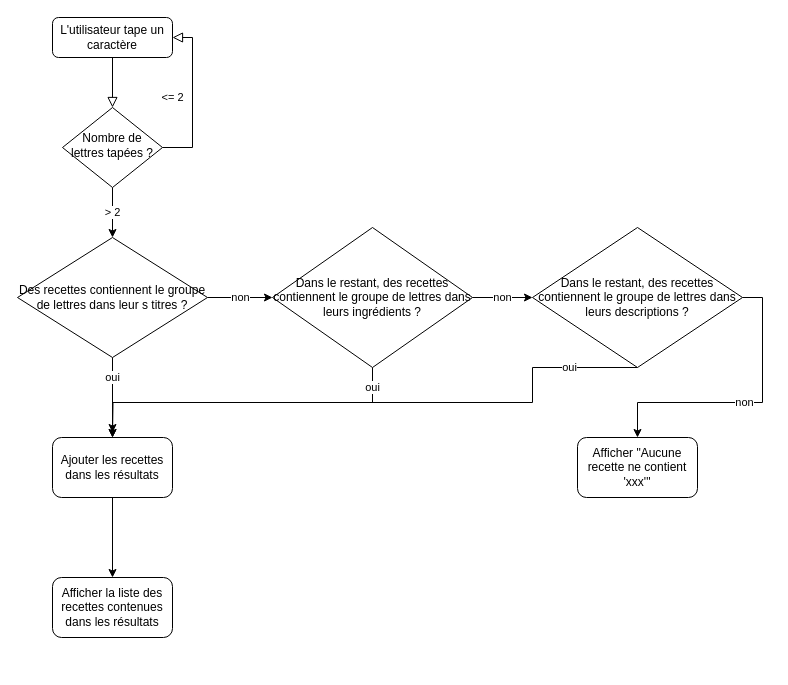
This is algorithme_recherche_array.drawio from TheGrandLynx/les_petits_plats, a draw.io file, before an edit. Source tidied: cells renumbered, new cells numbered last; positions are measured from the earlier drawing's top-left corner, leaving out a move shared by most shapes. Both pictures are drawn from the tidied source at 100%, with x=0, y=0 at pixel (17, 17).
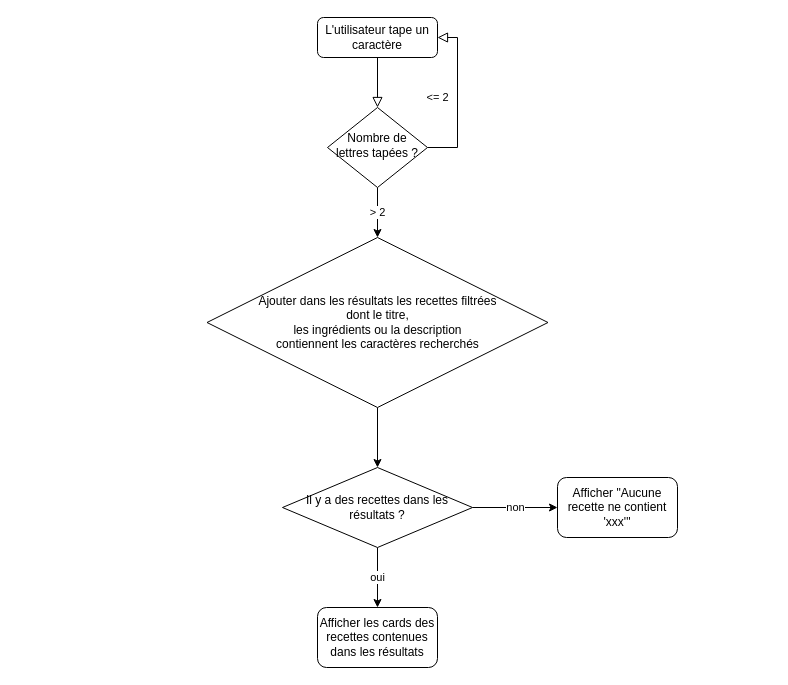
Above is the later version.

Commit message:
Mettre à jour algorithme_recherche_array.drawio

Change to the diagram source:
```diff
@@
     <mxCell id="3" value="L'utilisateur tape un caractère" style="rounded=1;whiteSpace=wrap;html=1;fontSize=12;glass=0;strokeWidth=1;shadow=0;" parent="1" vertex="1">
-      <mxGeometry x="35" width="120" height="40" as="geometry" />
+      <mxGeometry x="300" width="120" height="40" as="geometry" />
     </mxCell>
     <mxCell id="4" value="&amp;lt;= 2" style="edgeStyle=orthogonalEdgeStyle;rounded=0;html=1;jettySize=auto;fontSize=11;endArrow=block;endFill=0;endSize=8;strokeWidth=1;shadow=0;labelBackgroundColor=none;entryX=1;entryY=0.5;entryDx=0;entryDy=0;" parent="1" edge="1" source="6" target="3">
       <mxGeometry y="20" relative="1" as="geometry">
         <Array as="points">
-          <mxPoint x="175" y="130" />
-          <mxPoint x="175" y="20" />
+          <mxPoint x="440" y="130" />
+          <mxPoint x="440" y="20" />
         </Array>
       </mxGeometry>
     </mxCell>
@@
     <mxCell id="6" value="Nombre de lettres tapées ?" style="rhombus;whiteSpace=wrap;html=1;shadow=0;fontFamily=Helvetica;fontSize=12;align=center;strokeWidth=1;spacing=6;spacingTop=-4;" parent="1" vertex="1">
-      <mxGeometry x="45" y="90" width="100" height="80" as="geometry" />
+      <mxGeometry x="310" y="90" width="100" height="80" as="geometry" />
     </mxCell>
-    <mxCell id="7" value="oui" style="edgeStyle=orthogonalEdgeStyle;rounded=0;jettySize=auto;html=1;exitX=0.5;exitY=1;exitDx=0;exitDy=0;" parent="1" edge="1" source="9">
-      <mxGeometry x="-0.88" relative="1" as="geometry">
-        <mxPoint x="95" y="420" as="targetPoint" />
-      </mxGeometry>
-    </mxCell>
-    <mxCell id="8" value="non" style="edgeStyle=orthogonalEdgeStyle;rounded=0;jettySize=auto;html=1;exitX=1;exitY=0.5;exitDx=0;exitDy=0;entryX=0;entryY=0.5;entryDx=0;entryDy=0;" parent="1" edge="1" source="9" target="17">
-      <mxGeometry relative="1" as="geometry" />
-    </mxCell>
-    <mxCell id="9" value="Dans le restant, des recettes contiennent le groupe de lettres dans leurs ingrédients ?" style="rhombus;whiteSpace=wrap;html=1;" parent="1" vertex="1">
-      <mxGeometry x="255" y="210" width="200" height="140" as="geometry" />
-    </mxCell>
+    <mxCell id="20" style="edgeStyle=orthogonalEdgeStyle;rounded=0;jettySize=auto;html=1;exitX=0.5;exitY=1;exitDx=0;exitDy=0;entryX=0.5;entryY=0;entryDx=0;entryDy=0;" parent="1" edge="1" source="12" target="22">
+      <mxGeometry relative="1" as="geometry" />
+    </mxCell>
+    <mxCell id="12" value="Ajouter dans les résultats les recettes filtrées &lt;br&gt;dont le titre, &lt;br&gt;les ingrédients ou la description &lt;br&gt;contiennent les caractères recherchés" style="rhombus;whiteSpace=wrap;html=1;" parent="1" vertex="1">
+      <mxGeometry x="189.5" y="220" width="341" height="170" as="geometry" />
+    </mxCell>
+    <mxCell id="21" value="non" style="edgeStyle=orthogonalEdgeStyle;rounded=0;jettySize=auto;html=1;exitX=1;exitY=0.5;exitDx=0;exitDy=0;entryX=0;entryY=0.5;entryDx=0;entryDy=0;" parent="1" edge="1" source="22" target="18">
+      <mxGeometry relative="1" as="geometry" />
+    </mxCell>
-    <mxCell id="10" value="oui" style="edgeStyle=orthogonalEdgeStyle;rounded=0;jettySize=auto;html=1;exitX=0.5;exitY=1;exitDx=0;exitDy=0;entryX=0.5;entryY=0;entryDx=0;entryDy=0;" parent="1" edge="1" source="12" target="14">
-      <mxGeometry x="-0.5" relative="1" as="geometry" />
+    <mxCell id="10" value="oui" style="edgeStyle=orthogonalEdgeStyle;rounded=0;jettySize=auto;html=1;exitX=0.5;exitY=1;exitDx=0;exitDy=0;entryX=0.5;entryY=0;entryDx=0;entryDy=0;" parent="1" edge="1" source="22" target="23">
+      <mxGeometry relative="1" as="geometry" />
     </mxCell>
-    <mxCell id="11" value="non" style="edgeStyle=orthogonalEdgeStyle;rounded=0;jettySize=auto;html=1;exitX=1;exitY=0.5;exitDx=0;exitDy=0;entryX=0;entryY=0.5;entryDx=0;entryDy=0;" parent="1" edge="1" source="12" target="9">
-      <mxGeometry relative="1" as="geometry" />
-    </mxCell>
-    <mxCell id="12" value="Des recettes contiennent le groupe de lettres dans leur s titres ?" style="rhombus;whiteSpace=wrap;html=1;" parent="1" vertex="1">
-      <mxGeometry y="220" width="190" height="120" as="geometry" />
-    </mxCell>
-    <mxCell id="13" style="edgeStyle=orthogonalEdgeStyle;rounded=0;jettySize=auto;html=1;exitX=0.5;exitY=1;exitDx=0;exitDy=0;entryX=0.5;entryY=0;entryDx=0;entryDy=0;" parent="1" edge="1" source="14" target="19">
-      <mxGeometry relative="1" as="geometry" />
-    </mxCell>
-    <mxCell id="14" value="Ajouter les recettes dans les résultats" style="rounded=1;whiteSpace=wrap;html=1;" parent="1" vertex="1">
-      <mxGeometry x="35" y="420" width="120" height="60" as="geometry" />
-    </mxCell>
-    <mxCell id="15" value="oui" style="edgeStyle=orthogonalEdgeStyle;rounded=0;jettySize=auto;html=1;exitX=0.5;exitY=1;exitDx=0;exitDy=0;" parent="1" edge="1" source="17">
-      <mxGeometry x="-0.77" relative="1" as="geometry">
-        <mxPoint x="95" y="415" as="targetPoint" />
-        <Array as="points">
-          <mxPoint x="515" y="350" />
-          <mxPoint x="515" y="385" />
-          <mxPoint x="95" y="385" />
-        </Array>
-      </mxGeometry>
-    </mxCell>
-    <mxCell id="16" value="non" style="edgeStyle=orthogonalEdgeStyle;rounded=0;jettySize=auto;html=1;exitX=1;exitY=0.5;exitDx=0;exitDy=0;entryX=0.5;entryY=0;entryDx=0;entryDy=0;" parent="1" edge="1" source="17" target="18">
-      <mxGeometry relative="1" as="geometry" />
-    </mxCell>
-    <mxCell id="17" value="Dans le restant, des recettes contiennent le groupe de lettres dans leurs descriptions ?" style="rhombus;whiteSpace=wrap;html=1;" parent="1" vertex="1">
-      <mxGeometry x="515" y="210" width="210" height="140" as="geometry" />
-    </mxCell>
+    <mxCell id="22" value="Il y a des recettes dans les résultats ?" style="rhombus;whiteSpace=wrap;html=1;" parent="1" vertex="1">
+      <mxGeometry x="265" y="450" width="190" height="80" as="geometry" />
+    </mxCell>
+    <mxCell id="23" value="Afficher les cards des recettes contenues dans les résultats" style="rounded=1;whiteSpace=wrap;html=1;" parent="1" vertex="1">
+      <mxGeometry x="300" y="590" width="120" height="60" as="geometry" />
+    </mxCell>
     <mxCell id="18" value="Afficher &quot;Aucune recette ne contient 'xxx'&quot;" style="rounded=1;whiteSpace=wrap;html=1;" parent="1" vertex="1">
-      <mxGeometry x="560" y="420" width="120" height="60" as="geometry" />
+      <mxGeometry x="540" y="460" width="120" height="60" as="geometry" />
     </mxCell>
-    <mxCell id="19" value="Afficher la liste des recettes contenues dans les résultats" style="rounded=1;whiteSpace=wrap;html=1;" parent="1" vertex="1">
-      <mxGeometry x="35" y="560" width="120" height="60" as="geometry" />
-    </mxCell>
```
